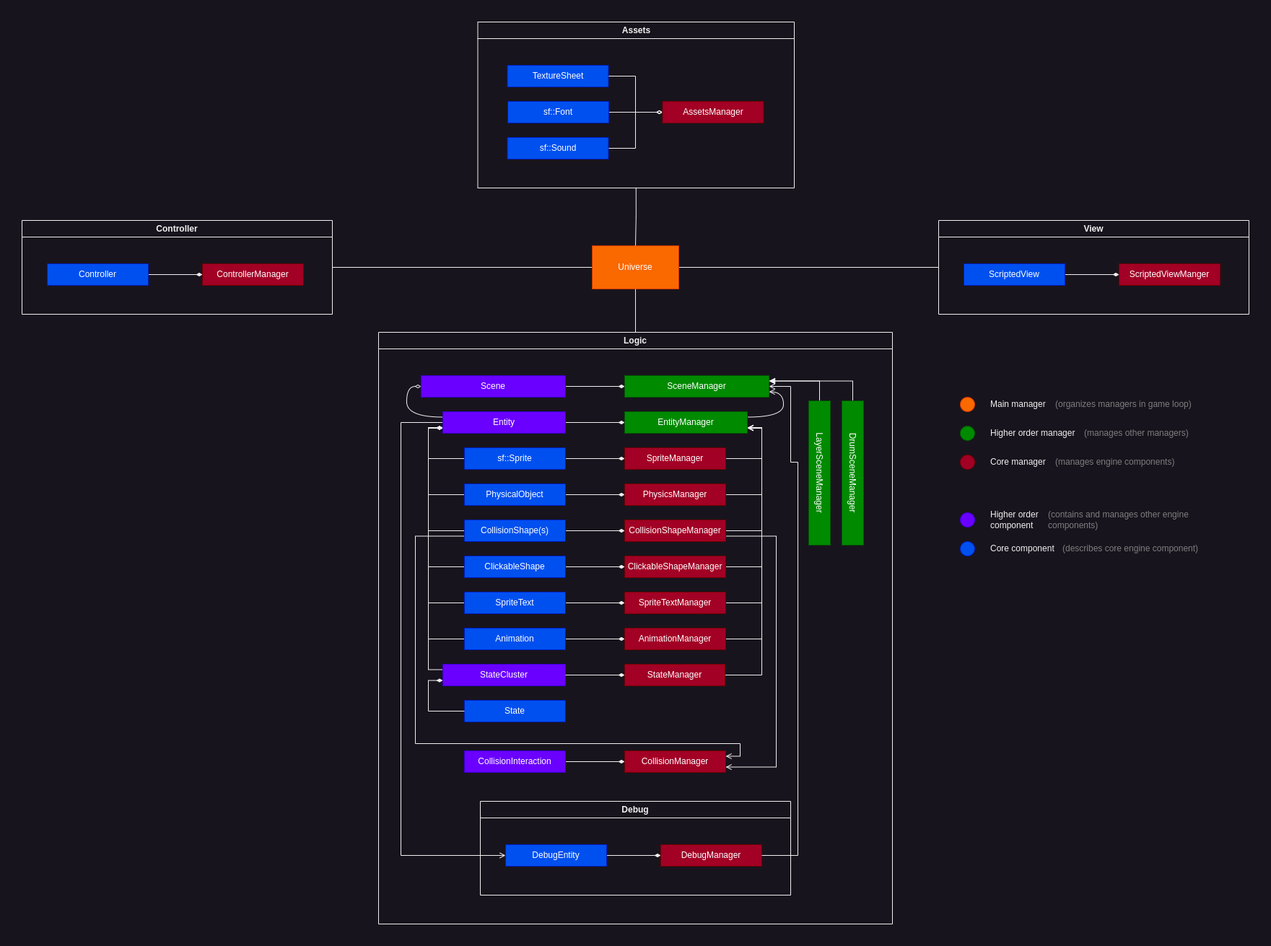
The draw.io diagram notes/Engine.drawio.png in codeandjoy/SGE, before a commit. Source tidied: cells renumbered, new cells last; positions are measured from the earlier drawing's top-left corner, leaving out a move shared by most shapes.
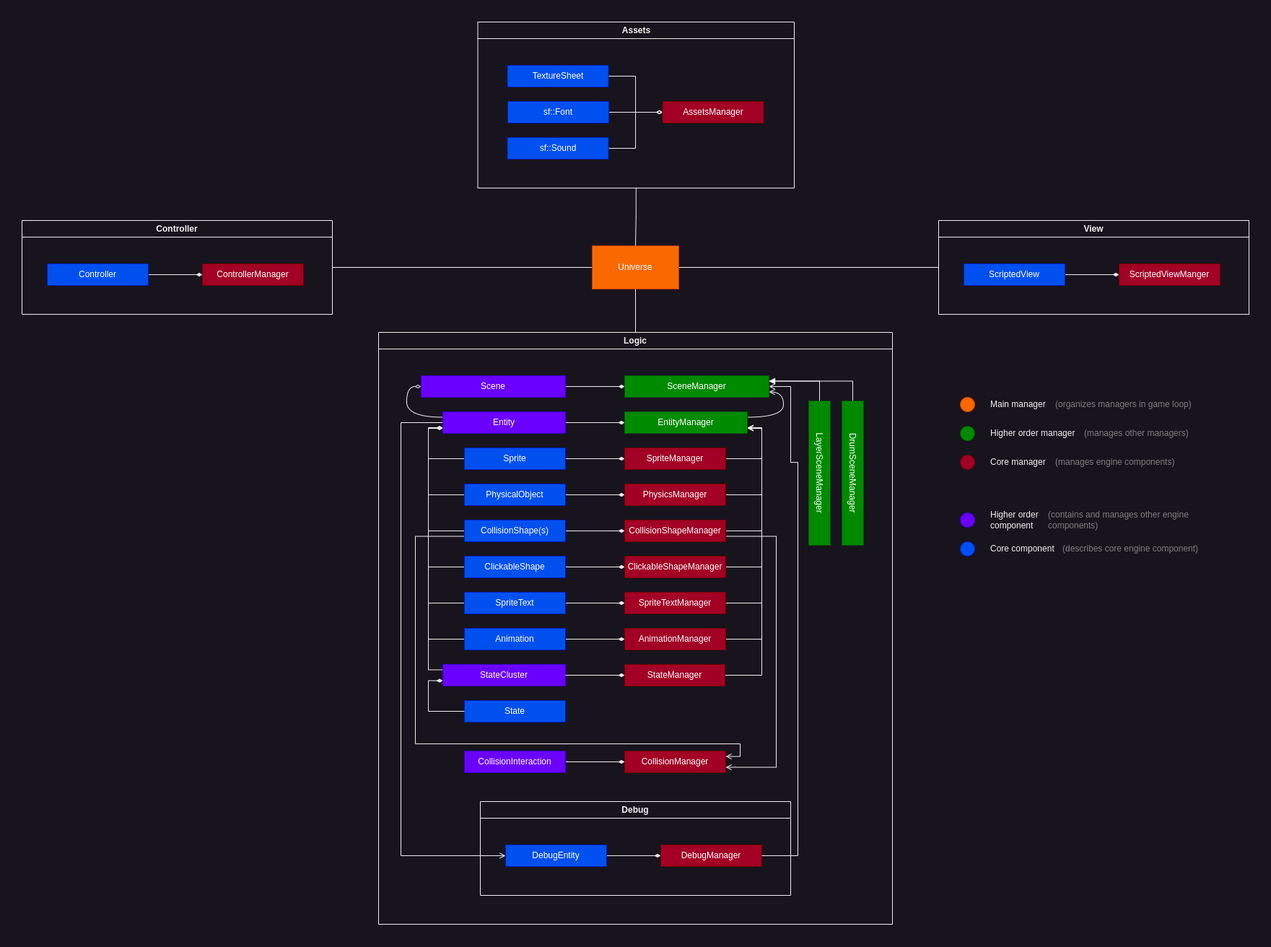
After the change.

Change to the diagram source:
```diff
@@ -46,7 +46,7 @@
     <mxCell id="14" style="edgeStyle=orthogonalEdgeStyle;rounded=0;jettySize=auto;html=1;exitX=1;exitY=0.5;exitDx=0;exitDy=0;entryX=0;entryY=0.5;entryDx=0;entryDy=0;endArrow=diamondThin;endFill=1;" parent="6" edge="1" source="15" target="36">
       <mxGeometry relative="1" as="geometry" />
     </mxCell>
-    <mxCell id="15" value="sf::Sprite" style="rounded=0;whiteSpace=wrap;html=1;fillColor=#0050ef;fontColor=#ffffff;strokeColor=#001DBC;" parent="6" vertex="1">
+    <mxCell id="15" value="Sprite" style="rounded=0;whiteSpace=wrap;html=1;fillColor=#0050ef;fontColor=#ffffff;strokeColor=#001DBC;" parent="6" vertex="1">
       <mxGeometry x="119" y="160" width="140" height="30" as="geometry" />
     </mxCell>
     <mxCell id="16" style="edgeStyle=orthogonalEdgeStyle;rounded=0;jettySize=auto;html=1;exitX=0;exitY=0.5;exitDx=0;exitDy=0;entryX=0;entryY=0.75;entryDx=0;entryDy=0;endArrow=diamondThin;endFill=1;" parent="6" edge="1" source="18" target="12">
```
